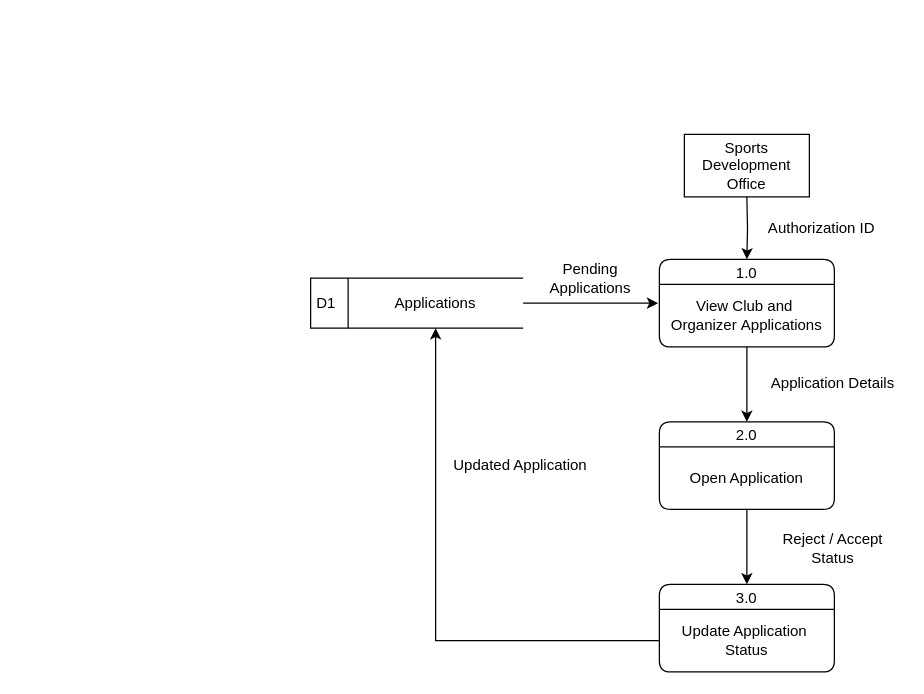
Above: Atletik-DFD-SDO.drawio in ElliotJcbH/AtletikFlowcharts (draw.io), before the change. Source tidied: cells renumbered, new cells numbered last; positions are measured from the earlier drawing's top-left corner, leaving out a move shared by most shapes. Both pictures are drawn from the tidied source at 125%, with x=0, y=0 at pixel (310, 134).
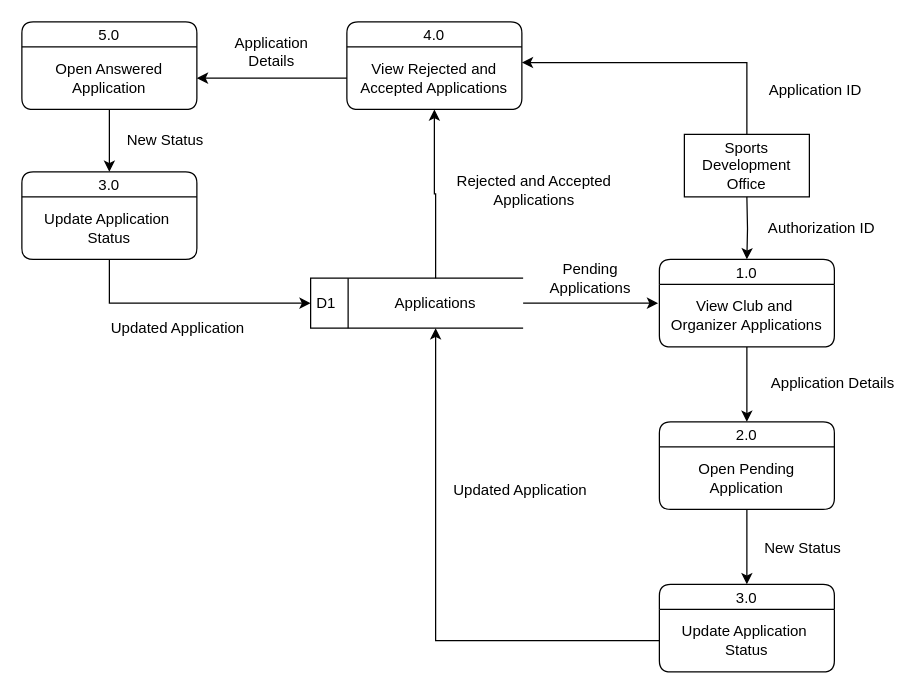
The same page after the edit.

The change refers to these unchanged cells:
```xml
<mxCell id="2" value="Sports Development Office" style="html=1;dashed=0;whiteSpace=wrap;" parent="1" vertex="1">
  <mxGeometry x="299" width="100" height="50" as="geometry" />
</mxCell>
<mxCell id="4" value="D1" style="html=1;dashed=0;whiteSpace=wrap;shape=mxgraph.dfd.dataStoreID;align=left;spacingLeft=3;points=[[0,0],[0.5,0],[1,0],[0,0.5],[1,0.5],[0,1],[0.5,1],[1,1]];" parent="1" vertex="1">
  <mxGeometry y="115" width="170" height="40" as="geometry" />
</mxCell>
<mxCell id="5" value="Applications" style="text;html=1;align=center;verticalAlign=middle;whiteSpace=wrap;rounded=0;" parent="1" vertex="1">
  <mxGeometry x="30" y="115" width="140" height="40" as="geometry" />
</mxCell>
<mxCell id="11" value="2.0" style="swimlane;fontStyle=0;horizontal=1;startSize=20;fillColor=#ffffff;swimlaneFillColor=#ffffff;rounded=1;" parent="1" vertex="1">
  <mxGeometry x="279" y="230" width="140" height="70" as="geometry" />
</mxCell>
```

Diff of the diagram source:
```diff
@@
+    <mxCell id="21" style="edgeStyle=orthogonalEdgeStyle;rounded=0;jettySize=auto;html=1;entryX=1;entryY=0.25;entryDx=0;entryDy=0;" parent="1" edge="1" source="2" target="24">
+      <mxGeometry relative="1" as="geometry">
+        <Array as="points">
+          <mxPoint x="349" y="-57" />
+        </Array>
+      </mxGeometry>
+    </mxCell>
@@
+    <mxCell id="22" style="edgeStyle=orthogonalEdgeStyle;rounded=0;jettySize=auto;html=1;entryX=0.5;entryY=1;entryDx=0;entryDy=0;" parent="1" edge="1" source="5" target="24">
+      <mxGeometry relative="1" as="geometry" />
+    </mxCell>
@@
-    <mxCell id="12" value="Open Application" style="text;html=1;align=center;verticalAlign=middle;whiteSpace=wrap;rounded=0;" parent="11" vertex="1">
+    <mxCell id="12" value="Open Pending Application" style="text;html=1;align=center;verticalAlign=middle;whiteSpace=wrap;rounded=0;" parent="11" vertex="1">
       <mxGeometry y="20" width="140" height="50" as="geometry" />
     </mxCell>
@@
-    <mxCell id="18" value="Reject / Accept Status" style="text;html=1;align=center;verticalAlign=middle;whiteSpace=wrap;rounded=0;" parent="1" vertex="1">
-      <mxGeometry x="363" y="316" width="110" height="30" as="geometry" />
+    <mxCell id="18" value="New Status" style="text;html=1;align=center;verticalAlign=middle;whiteSpace=wrap;rounded=0;" parent="1" vertex="1">
+      <mxGeometry x="339" y="316" width="110" height="30" as="geometry" />
     </mxCell>
@@
     <mxCell id="20" value="Updated Application" style="text;html=1;align=center;verticalAlign=middle;whiteSpace=wrap;rounded=0;" parent="1" vertex="1">
-      <mxGeometry x="113" y="250" width="110" height="30" as="geometry" />
+      <mxGeometry x="113" y="270" width="110" height="30" as="geometry" />
     </mxCell>
+    <mxCell id="23" value="4.0" style="swimlane;fontStyle=0;horizontal=1;startSize=20;fillColor=#ffffff;swimlaneFillColor=#ffffff;rounded=1;" parent="1" vertex="1">
+      <mxGeometry x="29" y="-90" width="140" height="70" as="geometry" />
+    </mxCell>
+    <mxCell id="24" value="View Rejected and Accepted Applications" style="text;html=1;align=center;verticalAlign=middle;whiteSpace=wrap;rounded=0;" parent="23" vertex="1">
+      <mxGeometry y="20" width="140" height="50" as="geometry" />
+    </mxCell>
+    <mxCell id="25" value="Application ID" style="text;html=1;align=center;verticalAlign=middle;whiteSpace=wrap;rounded=0;" parent="1" vertex="1">
+      <mxGeometry x="349" y="-50" width="110" height="30" as="geometry" />
+    </mxCell>
+    <mxCell id="26" value="Rejected and Accepted Applications" style="text;html=1;align=center;verticalAlign=middle;whiteSpace=wrap;rounded=0;" parent="1" vertex="1">
+      <mxGeometry x="109" y="30" width="140" height="30" as="geometry" />
+    </mxCell>
+    <mxCell id="27" style="edgeStyle=orthogonalEdgeStyle;rounded=0;jettySize=auto;html=1;entryX=0.5;entryY=0;entryDx=0;entryDy=0;" parent="1" edge="1" source="28" target="32">
+      <mxGeometry relative="1" as="geometry" />
+    </mxCell>
+    <mxCell id="28" value="5.0" style="swimlane;fontStyle=0;horizontal=1;startSize=20;fillColor=#ffffff;swimlaneFillColor=#ffffff;rounded=1;" parent="1" vertex="1">
+      <mxGeometry x="-231" y="-90" width="140" height="70" as="geometry" />
+    </mxCell>
+    <mxCell id="29" value="Open Answered Application" style="text;html=1;align=center;verticalAlign=middle;whiteSpace=wrap;rounded=0;" parent="28" vertex="1">
+      <mxGeometry y="20" width="140" height="50" as="geometry" />
+    </mxCell>
+    <mxCell id="30" style="edgeStyle=orthogonalEdgeStyle;rounded=0;jettySize=auto;html=1;entryX=1;entryY=0.5;entryDx=0;entryDy=0;" parent="1" edge="1" source="24" target="29">
+      <mxGeometry relative="1" as="geometry" />
+    </mxCell>
+    <mxCell id="31" value="Application&lt;div&gt;Details&lt;/div&gt;" style="text;html=1;align=center;verticalAlign=middle;whiteSpace=wrap;rounded=0;" parent="1" vertex="1">
+      <mxGeometry x="-86" y="-81" width="110" height="30" as="geometry" />
+    </mxCell>
+    <mxCell id="32" value="3.0" style="swimlane;fontStyle=0;horizontal=1;startSize=20;fillColor=#ffffff;swimlaneFillColor=#ffffff;rounded=1;" parent="1" vertex="1">
+      <mxGeometry x="-231" y="30" width="140" height="70" as="geometry" />
+    </mxCell>
+    <mxCell id="33" value="Update Application&amp;nbsp;&lt;div&gt;Status&lt;/div&gt;" style="text;html=1;align=center;verticalAlign=middle;whiteSpace=wrap;rounded=0;" parent="32" vertex="1">
+      <mxGeometry y="20" width="140" height="50" as="geometry" />
+    </mxCell>
+    <mxCell id="34" value="New Status" style="text;html=1;align=center;verticalAlign=middle;whiteSpace=wrap;rounded=0;" parent="1" vertex="1">
+      <mxGeometry x="-171" y="-10" width="110" height="30" as="geometry" />
+    </mxCell>
+    <mxCell id="35" style="edgeStyle=orthogonalEdgeStyle;rounded=0;jettySize=auto;html=1;entryX=0;entryY=0.5;entryDx=0;entryDy=0;" parent="1" edge="1" source="33" target="4">
+      <mxGeometry relative="1" as="geometry">
+        <Array as="points">
+          <mxPoint x="-161" y="135" />
+        </Array>
+      </mxGeometry>
+    </mxCell>
+    <mxCell id="36" value="Updated Application" style="text;html=1;align=center;verticalAlign=middle;whiteSpace=wrap;rounded=0;" parent="1" vertex="1">
+      <mxGeometry x="-161" y="140" width="110" height="30" as="geometry" />
+    </mxCell>
```
